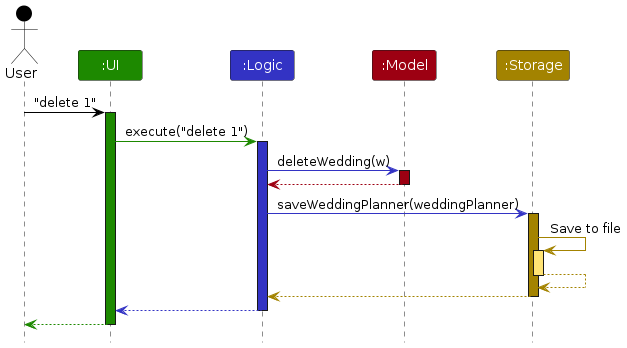
Before: diagrams/ArchitectureSequenceDiagram.png, a diagram exported from PlantUML (AY2425S2-CS2103T-W09-4/tp). Its source is kept beside it as diagrams/ArchitectureSequenceDiagram.puml.
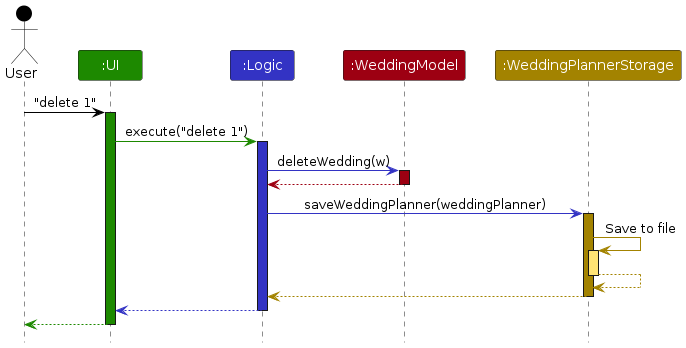
After the commit.

Change to the diagram source:
```diff
@@ -5,8 +5,8 @@
 Actor User as user USER_COLOR
 Participant ":UI" as ui UI_COLOR
 Participant ":Logic" as logic LOGIC_COLOR
-Participant ":Model" as model MODEL_COLOR
-Participant ":Storage" as storage STORAGE_COLOR
+Participant ":WeddingModel" as model MODEL_COLOR
+Participant ":WeddingPlannerStorage" as storage STORAGE_COLOR
 
 user -[USER_COLOR]> ui : "delete 1"
 activate ui UI_COLOR
```
